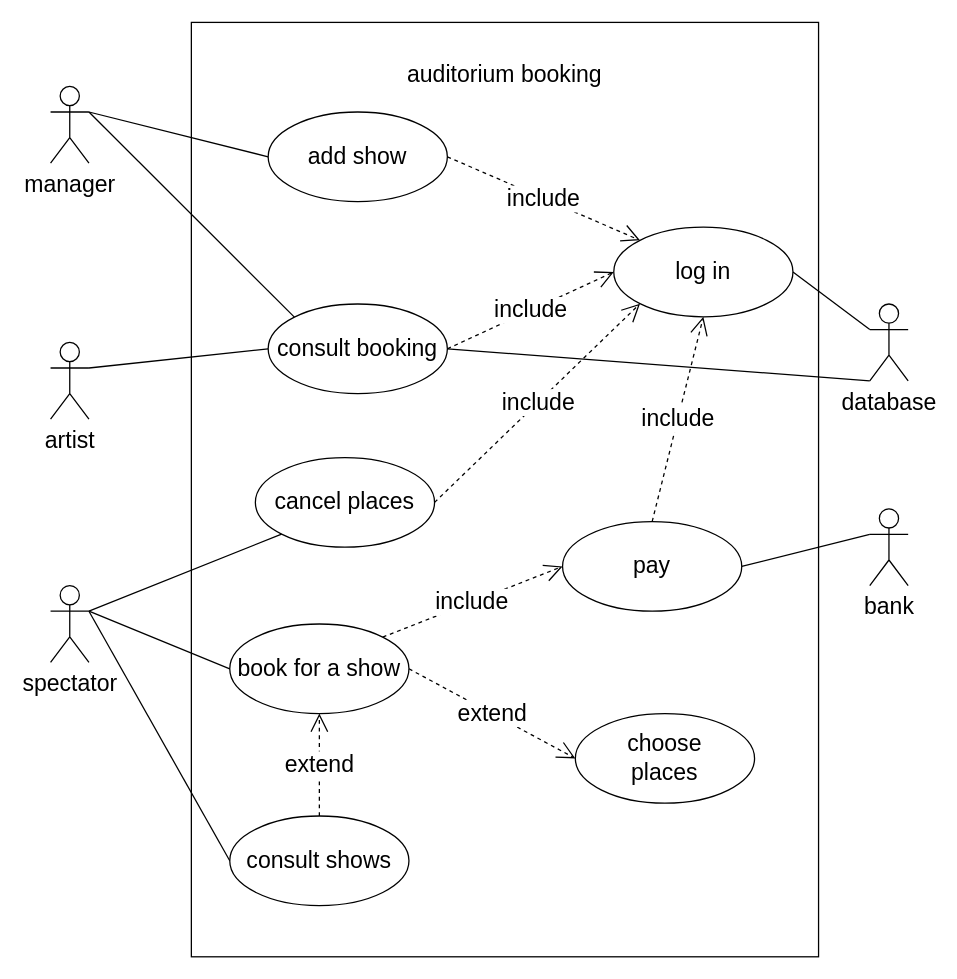
Earlier version of the draw.io diagram page "diagramme de cas d'utilisation" (2 of 7) of analyse/Diagramme sans nom.drawio (baptisteRiviere/SpectacleHallManagement). Source tidied: cells renumbered, new cells numbered last; positions are measured from the earlier drawing's top-left corner, leaving out a move shared by most shapes. Both pictures are drawn from the tidied source at 128%, with x=0, y=0 at pixel (50, 22).
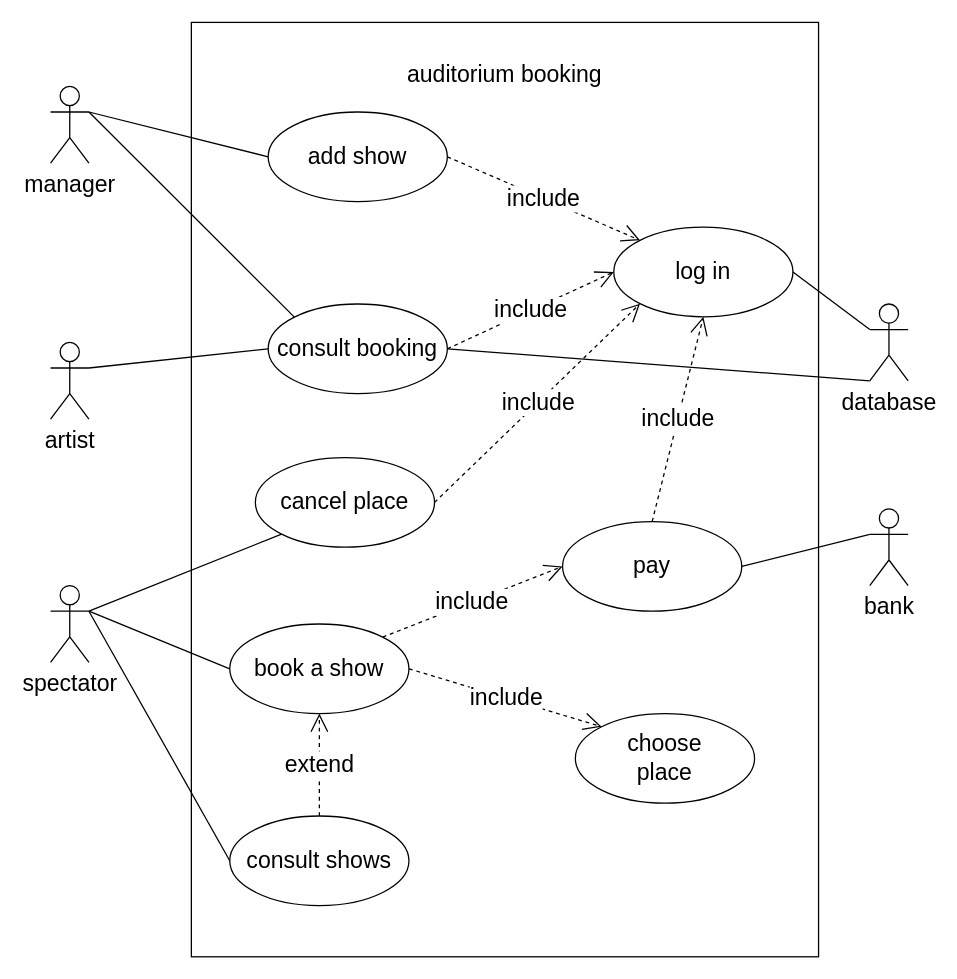
After the change.

What changed in the source:
```diff
@@
-    <mxCell id="8" value="book for a show" style="ellipse;whiteSpace=wrap;html=1;fontSize=18;fillColor=#FFFFFF;" parent="1" vertex="1">
+    <mxCell id="8" value="book a show" style="ellipse;whiteSpace=wrap;html=1;fontSize=18;fillColor=#FFFFFF;" parent="1" vertex="1">
       <mxGeometry x="140" y="470" width="140" height="70" as="geometry" />
     </mxCell>
@@
-    <mxCell id="10" value="&lt;div&gt;choose &lt;br&gt;&lt;/div&gt;&lt;div&gt;places&lt;/div&gt;" style="ellipse;whiteSpace=wrap;html=1;fontSize=18;fillColor=#FFFFFF;" parent="1" vertex="1">
+    <mxCell id="10" value="&lt;div&gt;choose &lt;br&gt;&lt;/div&gt;&lt;div&gt;place&lt;/div&gt;" style="ellipse;whiteSpace=wrap;html=1;fontSize=18;fillColor=#FFFFFF;" parent="1" vertex="1">
       <mxGeometry x="410" y="540" width="140" height="70" as="geometry" />
     </mxCell>
@@
-    <mxCell id="13" value="cancel places" style="ellipse;whiteSpace=wrap;html=1;fontSize=18;fillColor=#FFFFFF;" parent="1" vertex="1">
+    <mxCell id="13" value="cancel place" style="ellipse;whiteSpace=wrap;html=1;fontSize=18;fillColor=#FFFFFF;" parent="1" vertex="1">
       <mxGeometry x="160" y="340" width="140" height="70" as="geometry" />
     </mxCell>
@@
-    <mxCell id="20" value="extend" style="endArrow=open;endSize=12;dashed=1;html=1;rounded=0;fontSize=18;entryX=0;entryY=0.5;entryDx=0;entryDy=0;exitX=1;exitY=0.5;exitDx=0;exitDy=0;" parent="1" edge="1" source="8" target="10">
-      <mxGeometry relative="1" as="geometry" />
-    </mxCell>
@@
+    <mxCell id="20" value="include" style="endArrow=open;endSize=12;dashed=1;html=1;rounded=0;fontSize=18;exitX=1;exitY=0.5;exitDx=0;exitDy=0;entryX=0;entryY=0;entryDx=0;entryDy=0;" parent="1" edge="1" source="8" target="10">
+      <mxGeometry relative="1" as="geometry" />
+    </mxCell>
```
